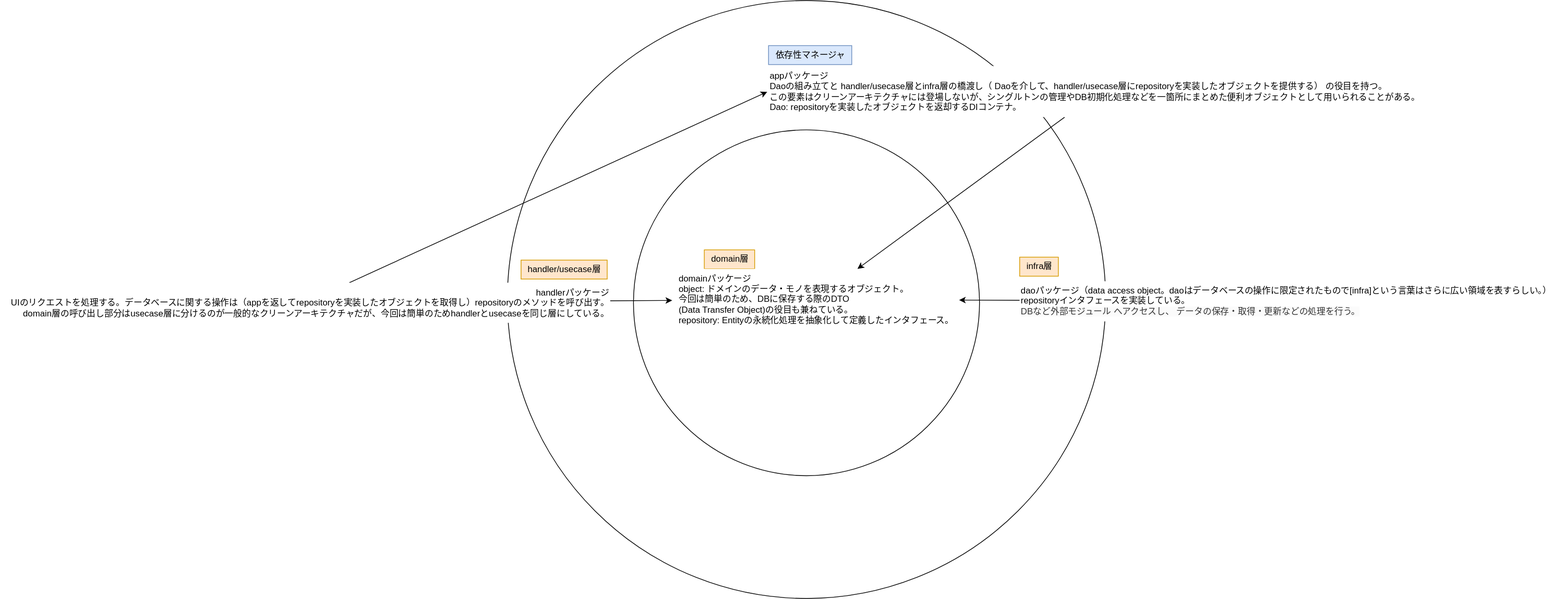
The draw.io diagram drawing/architecture_new.drawio.svg in ryojiroakiyama/Go_twitter_backend, before a commit. Source tidied: cells renumbered, new cells last; positions are measured from the earlier drawing's top-left corner, leaving out a move shared by most shapes.
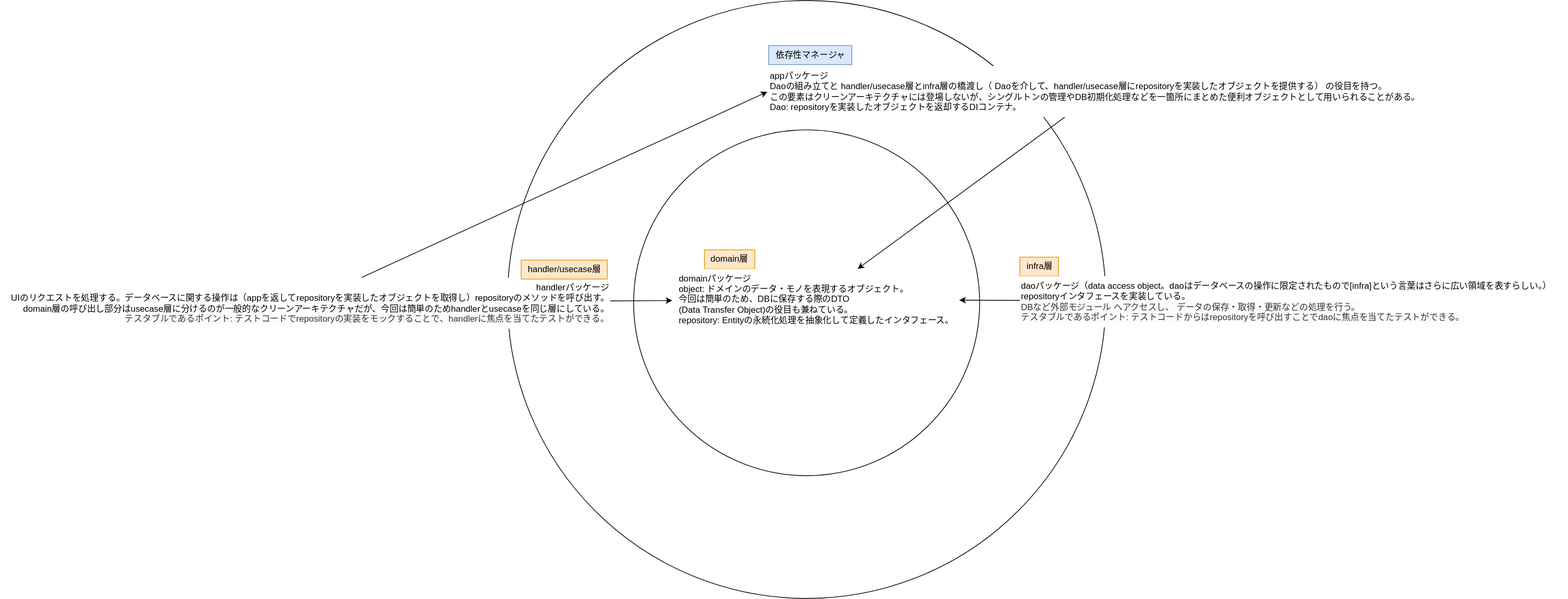
The same diagram one commit later.

The edit, as a diff of the source:
```diff
@@ -29,8 +29,8 @@
     <mxCell id="10" style="edgeStyle=none;html=1;fontSize=12;" parent="1" edge="1" source="11" target="5">
       <mxGeometry relative="1" as="geometry" />
     </mxCell>
-    <mxCell id="11" value="handlerパッケージ&lt;br&gt;UIのリクエストを処理する。データベースに関する操作は（appを返してrepositoryを実装したオブジェクトを取得し）repositoryのメソッドを呼び出す。&lt;br&gt;domain層の呼び出し部分はusecase層に分けるのが一般的なクリーンアーキテクチャだが、今回は簡単のためhandlerとusecaseを同じ層にしている。" style="text;html=1;align=right;verticalAlign=middle;points=[];strokeColor=none;fillColor=default;fontSize=12;" parent="1" vertex="1">
-      <mxGeometry y="387" width="835" height="55" as="geometry" />
+    <mxCell id="11" value="handlerパッケージ&lt;br&gt;UIのリクエストを処理する。データベースに関する操作は（appを返してrepositoryを実装したオブジェクトを取得し）repositoryのメソッドを呼び出す。&lt;br&gt;domain層の呼び出し部分はusecase層に分けるのが一般的なクリーンアーキテクチャだが、今回は簡単のためhandlerとusecaseを同じ層にしている。&lt;br&gt;&lt;span style=&quot;color: rgb(51, 51, 51); text-align: left; background-color: rgb(251, 251, 251);&quot;&gt;テスタブルであるポイント: テストコードでrepositoryの実装をモックすることで、handlerに焦点を当てたテストができる。&lt;/span&gt;" style="text;html=1;align=right;verticalAlign=middle;points=[];strokeColor=none;fillColor=default;fontSize=12;" parent="1" vertex="1">
+      <mxGeometry y="380" width="835" height="70" as="geometry" />
     </mxCell>
     <mxCell id="12" value="&lt;span style=&quot;color: rgb(0, 0, 0); text-align: left;&quot;&gt;infra層&lt;/span&gt;" style="text;html=1;align=center;verticalAlign=middle;strokeColor=#d79b00;fillColor=#ffe6cc;fontSize=12;" parent="1" vertex="1">
       <mxGeometry x="1396" y="352" width="53" height="26" as="geometry" />
@@ -41,8 +41,8 @@
     <mxCell id="14" value="&lt;span style=&quot;color: rgb(0, 0, 0); text-align: right;&quot;&gt;handler/usecase層&lt;/span&gt;" style="text;html=1;align=center;verticalAlign=middle;strokeColor=#d79b00;fillColor=#ffe6cc;fontSize=12;" parent="1" vertex="1">
       <mxGeometry x="713" y="356" width="118" height="26" as="geometry" />
     </mxCell>
-    <mxCell id="15" value="daoパッケージ（data access object。daoはデータベースの操作に限定されたもので[infra]という言葉はさらに広い領域を表すらしい。）&lt;br&gt;repositoryインタフェースを実装している。&lt;br&gt;&lt;span style=&quot;color: rgb(51, 51, 51); background-color: rgb(251, 251, 251);&quot;&gt;DBなど外部モジュール へアクセスし、&lt;/span&gt;&lt;span style=&quot;color: rgb(51, 51, 51); background-color: rgb(251, 251, 251);&quot;&gt;データの保存・取得・更新などの処理を行う。&lt;/span&gt;" style="text;html=1;align=left;verticalAlign=middle;points=[];fontSize=12;fillColor=default;" parent="1" vertex="1">
-      <mxGeometry x="1396" y="385" width="749" height="55" as="geometry" />
+    <mxCell id="15" value="daoパッケージ（data access object。daoはデータベースの操作に限定されたもので[infra]という言葉はさらに広い領域を表すらしい。）&lt;br&gt;repositoryインタフェースを実装している。&lt;br&gt;&lt;span style=&quot;color: rgb(51, 51, 51); background-color: rgb(251, 251, 251);&quot;&gt;DBなど外部モジュール へアクセスし、&lt;/span&gt;&lt;span style=&quot;color: rgb(51, 51, 51); background-color: rgb(251, 251, 251);&quot;&gt;データの保存・取得・更新などの処理を行う。&lt;br&gt;テスタブルであるポイント: テストコードからはrepositoryを呼び出すことでdaoに焦点を当てたテストができる。&lt;br&gt;&lt;/span&gt;" style="text;html=1;align=left;verticalAlign=middle;points=[];fontSize=12;fillColor=default;" parent="1" vertex="1">
+      <mxGeometry x="1396" y="378" width="749" height="70" as="geometry" />
     </mxCell>
   </root>
 </mxGraphModel>
```
